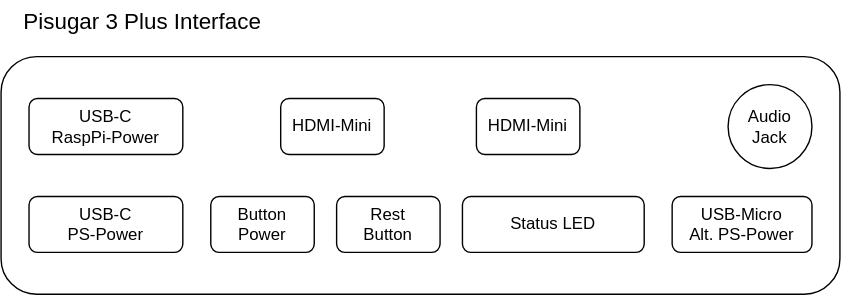
This is systems/power-system/power-diagrams/pisugar-interface.drawio.svg from digitalhabitat/gardenbot, a draw.io export, as it was before one commit. Source tidied: cells renumbered, new cells last; positions are measured from the earlier drawing's top-left corner, leaving out a move shared by most shapes.
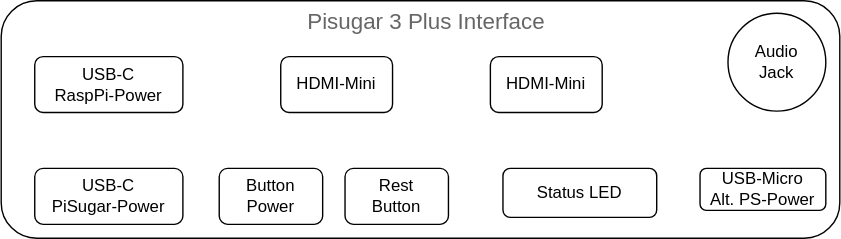
The same diagram one commit later.

Commit message:
chore: update pisugar interace diagram

The edit, as a diff of the source:
```diff
@@ -3,37 +3,37 @@
     <mxCell id="0" />
     <mxCell id="1" parent="0" />
     <mxCell id="2" style="rounded=1;whiteSpace=wrap;html=1;" parent="1" vertex="1">
-      <mxGeometry y="40" width="600" height="170" as="geometry" />
+      <mxGeometry x="10" y="30" width="600" height="170" as="geometry" />
     </mxCell>
-    <mxCell id="3" value="USB-C&lt;br&gt;PS-Power" style="rounded=1;whiteSpace=wrap;html=1;" parent="1" vertex="1">
-      <mxGeometry x="20" y="140" width="110" height="40" as="geometry" />
-    </mxCell>
-    <mxCell id="4" value="Button&lt;br&gt;Power" style="rounded=1;whiteSpace=wrap;html=1;" parent="1" vertex="1">
-      <mxGeometry x="150" y="140" width="74" height="40" as="geometry" />
+    <mxCell id="4" value="Button&lt;br&gt;Power" style="rounded=1;whiteSpace=wrap;html=1;align=center;verticalAlign=middle;fontFamily=Helvetica;fontSize=12;" parent="1" vertex="1">
+      <mxGeometry x="166" y="150" width="74" height="40" as="geometry" />
     </mxCell>
-    <mxCell id="5" value="Rest&lt;br&gt;Button" style="rounded=1;whiteSpace=wrap;html=1;" parent="1" vertex="1">
-      <mxGeometry x="240" y="140" width="74" height="40" as="geometry" />
+    <mxCell id="5" value="Rest&lt;br&gt;Button" style="rounded=1;whiteSpace=wrap;html=1;align=center;verticalAlign=middle;fontFamily=Helvetica;fontSize=12;" parent="1" vertex="1">
+      <mxGeometry x="256" y="150" width="74" height="40" as="geometry" />
     </mxCell>
-    <mxCell id="6" value="Status LED" style="rounded=1;whiteSpace=wrap;html=1;" parent="1" vertex="1">
-      <mxGeometry x="330" y="140" width="130" height="40" as="geometry" />
+    <mxCell id="6" value="Status LED" style="rounded=1;whiteSpace=wrap;html=1;align=center;verticalAlign=middle;fontFamily=Helvetica;fontSize=12;" parent="1" vertex="1">
+      <mxGeometry x="369" y="150" width="110" height="35" as="geometry" />
     </mxCell>
-    <mxCell id="7" value="USB-Micro&lt;br&gt;Alt. PS-Power" style="rounded=1;whiteSpace=wrap;html=1;" parent="1" vertex="1">
-      <mxGeometry x="480" y="140" width="100" height="40" as="geometry" />
+    <mxCell id="7" value="USB-Micro&lt;br&gt;Alt. PS-Power" style="rounded=1;whiteSpace=wrap;html=1;align=center;verticalAlign=middle;fontFamily=Helvetica;fontSize=12;" parent="1" vertex="1">
+      <mxGeometry x="510" y="150" width="90" height="30" as="geometry" />
     </mxCell>
-    <mxCell id="8" value="USB-C&lt;br&gt;RaspPi-Power" style="rounded=1;whiteSpace=wrap;html=1;" parent="1" vertex="1">
-      <mxGeometry x="20" y="70" width="110" height="40" as="geometry" />
+    <mxCell id="8" value="USB-C&lt;br&gt;RaspPi-Power" style="rounded=1;whiteSpace=wrap;html=1;align=center;verticalAlign=middle;fontFamily=Helvetica;fontSize=12;" parent="1" vertex="1">
+      <mxGeometry x="34" y="70" width="106" height="40" as="geometry" />
     </mxCell>
-    <mxCell id="9" value="HDMI-Mini" style="rounded=1;whiteSpace=wrap;html=1;" parent="1" vertex="1">
-      <mxGeometry x="200" y="70" width="74" height="40" as="geometry" />
+    <mxCell id="9" value="HDMI-Mini" style="rounded=1;whiteSpace=wrap;html=1;align=center;verticalAlign=middle;fontFamily=Helvetica;fontSize=12;" parent="1" vertex="1">
+      <mxGeometry x="210" y="70" width="80" height="40" as="geometry" />
     </mxCell>
-    <mxCell id="10" value="HDMI-Mini" style="rounded=1;whiteSpace=wrap;html=1;" parent="1" vertex="1">
-      <mxGeometry x="340" y="70" width="74" height="40" as="geometry" />
-    </mxCell>
-    <mxCell id="11" value="Audio&lt;br&gt;Jack" style="ellipse;whiteSpace=wrap;html=1;" parent="1" vertex="1">
-      <mxGeometry x="520" y="60" width="60" height="60" as="geometry" />
+    <mxCell id="11" value="Audio&lt;br&gt;Jack" style="ellipse;whiteSpace=wrap;html=1;rounded=1;align=center;verticalAlign=middle;fontFamily=Helvetica;fontSize=12;" parent="1" vertex="1">
+      <mxGeometry x="530" y="39" width="70" height="70" as="geometry" />
     </mxCell>
-    <mxCell id="12" value="&amp;nbsp;Pisugar 3 Plus Interface" style="text;html=1;align=left;verticalAlign=middle;whiteSpace=wrap;rounded=0;fontSize=16;fontFamily=Helvetica;" parent="1" vertex="1">
-      <mxGeometry x="10" width="205" height="30" as="geometry" />
+    <mxCell id="12" value="&amp;nbsp;Pisugar 3 Plus Interface" style="text;html=1;align=left;verticalAlign=middle;whiteSpace=wrap;rounded=0;fontSize=16;fontFamily=Helvetica;fontColor=#666666;" parent="1" vertex="1">
+      <mxGeometry x="223" y="30" width="205" height="30" as="geometry" />
     </mxCell>
+    <mxCell id="10" value="HDMI-Mini" style="rounded=1;whiteSpace=wrap;html=1;align=center;verticalAlign=middle;fontFamily=Helvetica;fontSize=12;" parent="1" vertex="1">
+      <mxGeometry x="360" y="70" width="80" height="40" as="geometry" />
+    </mxCell>
+    <mxCell id="13" value="USB-C&lt;br&gt;PiSugar-Power" style="rounded=1;whiteSpace=wrap;html=1;align=center;verticalAlign=middle;fontFamily=Helvetica;fontSize=12;" parent="1" vertex="1">
+      <mxGeometry x="34" y="150" width="106" height="40" as="geometry" />
+    </mxCell>
   </root>
 </mxGraphModel>
```
